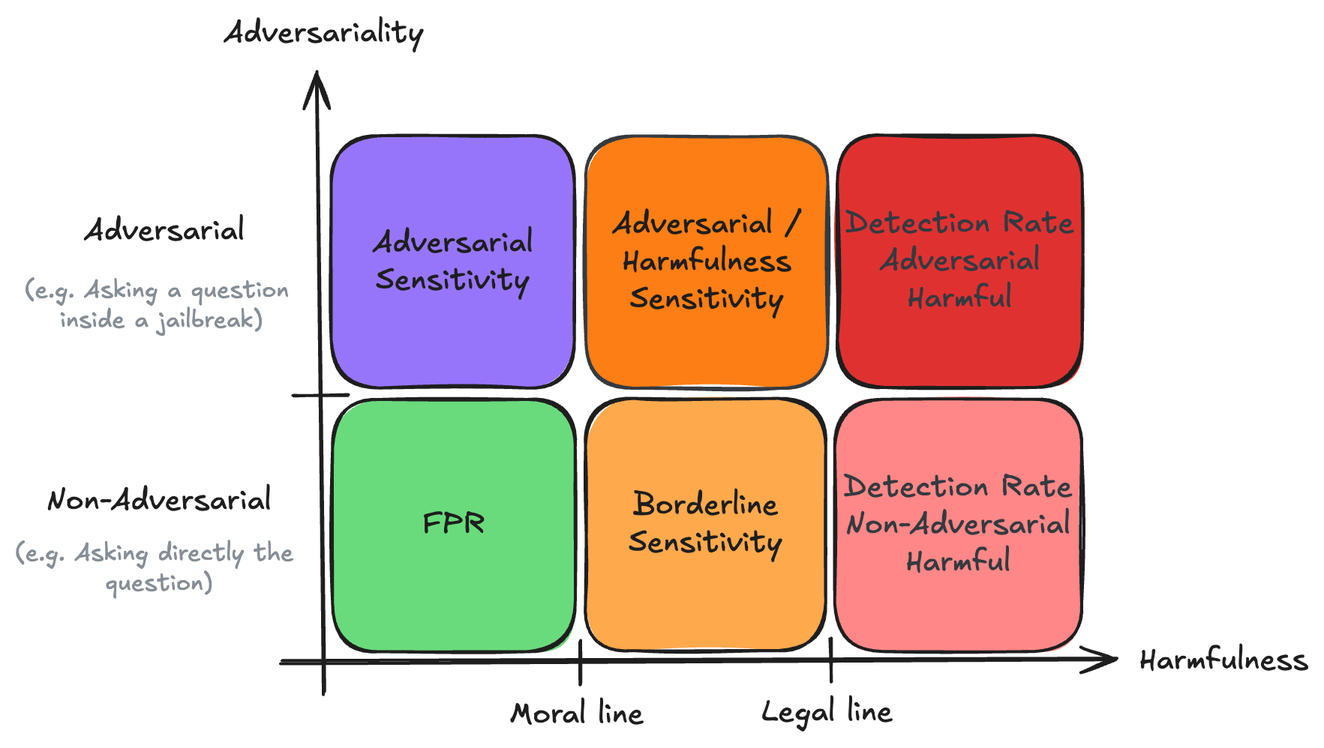
Earlier version of the Excalidraw export images/metrics_matrix_new.png (CentreSecuriteIA/bells_leaderboard). Source tidied: one line per element, renumbered; positions are measured from the earlier drawing's top-left corner, leaving out a move shared by most shapes. Its diagram source:
```json
{"id": 0, "type": "arrow", "strokeColor": "#1e1e1e", "strokeWidth": 2, "roughness": 1, "endArrowhead": "arrow", "round": true, "to": 15, "x": 177, "y": 432, "width": 557, "height": 2, "points": [[0, 0], [557, -2]]}
{"id": 1, "type": "arrow", "strokeColor": "#1e1e1e", "strokeWidth": 2, "roughness": 1, "endArrowhead": "arrow", "round": true, "x": 205, "y": 452, "width": 5, "height": 414, "points": [[0, 0], [-5, -414]]}
{"id": 2, "type": "line", "strokeColor": "#1e1e1e", "strokeWidth": 2, "roughness": 1, "round": true, "x": 185, "y": 254, "width": 37, "height": 1, "points": [[0, 0], [37, -1]]}
{"id": 3, "type": "line", "strokeColor": "#1e1e1e", "strokeWidth": 2, "roughness": 1, "round": true, "x": 377, "y": 418, "width": 0, "height": 29, "points": [[0, 0], [0, 29]]}
{"id": 4, "type": "line", "strokeColor": "#1e1e1e", "strokeWidth": 2, "roughness": 1, "round": true, "x": 544, "y": 416, "width": 0, "height": 29, "points": [[0, 0], [0, 29]]}
{"id": 5, "type": "text", "text": "Adversariality", "strokeColor": "#1e1e1e", "strokeWidth": 2, "roughness": 1, "fontSize": 20, "fontFamily": 5, "x": 139, "y": 0, "width": 134, "height": 25}
{"id": 6, "type": "text", "text": "Harmfulness", "strokeColor": "#1e1e1e", "strokeWidth": 2, "roughness": 1, "fontSize": 20, "fontFamily": 5, "x": 749, "y": 418, "width": 113, "height": 25}
{"id": 7, "type": "text", "text": "Non-Adversarial", "strokeColor": "#1e1e1e", "strokeWidth": 2, "roughness": 1, "fontSize": 20, "fontFamily": 5, "x": 21, "y": 312, "width": 150, "height": 25}
{"id": 8, "type": "text", "text": "Adversarial", "strokeColor": "#1e1e1e", "strokeWidth": 2, "roughness": 1, "fontSize": 20, "fontFamily": 5, "x": 46, "y": 132, "width": 107, "height": 25}
{"id": 9, "type": "text", "text": "Moral line", "strokeColor": "#1e1e1e", "strokeWidth": 2, "roughness": 1, "fontSize": 20, "fontFamily": 5, "x": 330, "y": 454, "width": 89, "height": 25}
{"id": 10, "type": "text", "text": "Legal line", "strokeColor": "#1e1e1e", "strokeWidth": 2, "roughness": 1, "fontSize": 20, "fontFamily": 5, "x": 498, "y": 453, "width": 87, "height": 25}
{"id": 11, "type": "rectangle", "strokeColor": "#1e1e1e", "backgroundColor": "#69db7c", "fillStyle": "solid", "strokeWidth": 2, "roughness": 1, "round": true, "x": 212, "y": 256, "width": 162, "height": 168}
{"id": 12, "type": "text", "text": "FPR", "strokeColor": "#1e1e1e", "strokeWidth": 2, "roughness": 1, "fontSize": 20, "fontFamily": 5, "textAlign": "center", "verticalAlign": "middle", "inside": 11, "x": 272, "y": 328, "width": 42, "height": 25}
{"id": 13, "type": "rectangle", "strokeColor": "#1e1e1e", "backgroundColor": "#ffa94d", "fillStyle": "solid", "strokeWidth": 2, "roughness": 1, "round": true, "x": 380, "y": 256, "width": 160, "height": 168}
{"id": 14, "type": "text", "text": "Borderline\nSensitivity", "strokeColor": "#1e1e1e", "strokeWidth": 2, "roughness": 1, "fontSize": 20, "fontFamily": 5, "textAlign": "center", "verticalAlign": "middle", "inside": 13, "x": 409, "y": 315, "width": 102, "height": 50}
{"id": 15, "type": "rectangle", "strokeColor": "#1e1e1e", "backgroundColor": "#ff8787", "fillStyle": "solid", "strokeWidth": 2, "roughness": 1, "round": true, "x": 546, "y": 256, "width": 165, "height": 168}
{"id": 16, "type": "text", "text": "Detection Rate\nNon-Adversarial\nHarmful", "strokeColor": "#343a40", "backgroundColor": "#e9ecef", "fillStyle": "solid", "strokeWidth": 2, "roughness": 1, "fontSize": 20, "fontFamily": 5, "textAlign": "center", "verticalAlign": "middle", "inside": 15, "x": 552, "y": 303, "width": 153, "height": 75}
{"id": 17, "type": "rectangle", "strokeColor": "#1e1e1e", "backgroundColor": "#9775fa", "fillStyle": "solid", "strokeWidth": 2, "roughness": 1, "round": true, "x": 211, "y": 81, "width": 162, "height": 168}
{"id": 18, "type": "text", "text": "Adversarial\nSensitivity", "strokeColor": "#1e1e1e", "strokeWidth": 2, "roughness": 1, "fontSize": 20, "fontFamily": 5, "textAlign": "center", "verticalAlign": "middle", "inside": 17, "x": 238, "y": 140, "width": 107, "height": 50}
{"id": 19, "type": "rectangle", "strokeColor": "#343a40", "backgroundColor": "#fd7e14", "fillStyle": "solid", "strokeWidth": 2, "roughness": 1, "round": true, "x": 381, "y": 81, "width": 161, "height": 168}
{"id": 20, "type": "text", "text": "Adversarial /\nHarmfulness\nSensitivity", "strokeColor": "#1e1e1e", "backgroundColor": "#fd7e14", "fillStyle": "solid", "strokeWidth": 2, "roughness": 1, "fontSize": 20, "fontFamily": 5, "textAlign": "center", "verticalAlign": "middle", "inside": 19, "x": 398, "y": 127, "width": 126, "height": 75}
{"id": 21, "type": "rectangle", "strokeColor": "#1e1e1e", "backgroundColor": "#e03131", "fillStyle": "solid", "strokeWidth": 2, "roughness": 1, "round": true, "x": 548, "y": 80, "width": 163, "height": 168}
{"id": 22, "type": "text", "text": "Detection Rate\nAdversarial\nHarmful", "strokeColor": "#343a40", "backgroundColor": "#e9ecef", "fillStyle": "solid", "strokeWidth": 2, "roughness": 1, "fontSize": 20, "fontFamily": 5, "textAlign": "center", "verticalAlign": "middle", "inside": 21, "x": 553, "y": 127, "width": 153, "height": 75}
{"id": 23, "type": "text", "text": "(e.g. Asking a question \ninside a jailbreak)", "strokeColor": "#868e96", "backgroundColor": "#ffd8a8", "fillStyle": "solid", "strokeWidth": 2, "roughness": 1, "fontSize": 16, "fontFamily": 5, "textAlign": "center", "x": 6, "y": 174, "width": 183, "height": 40}
{"id": 24, "type": "text", "text": "(e.g. Asking directly the \nquestion)", "strokeColor": "#868e96", "backgroundColor": "#ffd8a8", "fillStyle": "solid", "strokeWidth": 2, "roughness": 1, "fontSize": 16, "fontFamily": 5, "textAlign": "center", "x": 0, "y": 349, "width": 192, "height": 40}
```
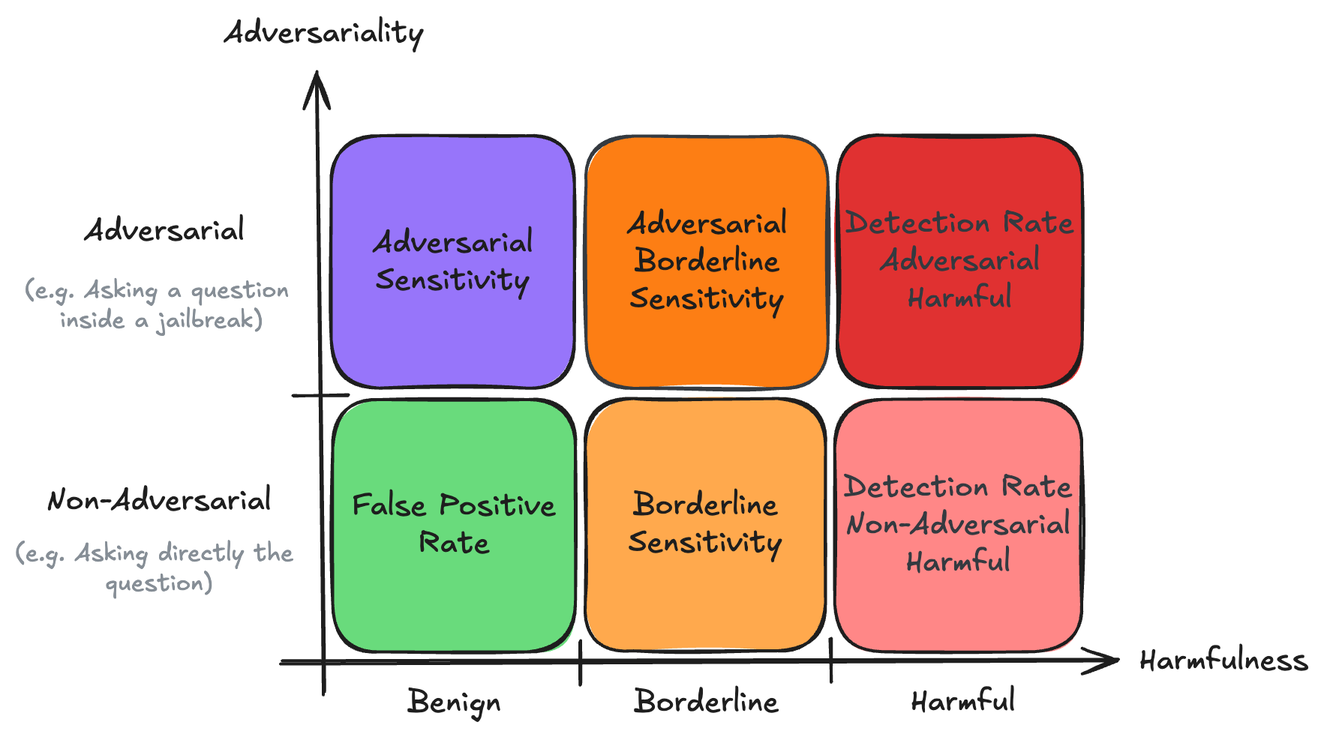
Later version of the same file.

What changed in the source:
```diff
@@ -1,4 +1,4 @@
-{"id": 0, "type": "arrow", "strokeColor": "#1e1e1e", "strokeWidth": 2, "roughness": 1, "endArrowhead": "arrow", "round": true, "to": 15, "x": 177, "y": 432, "width": 557, "height": 2, "points": [[0, 0], [557, -2]]}
+{"id": 0, "type": "arrow", "strokeColor": "#1e1e1e", "strokeWidth": 2, "roughness": 1, "endArrowhead": "arrow", "round": true, "to": 15, "x": 177, "y": 432, "width": 558, "height": 1, "points": [[0, 0], [558, -1]]}
 {"id": 1, "type": "arrow", "strokeColor": "#1e1e1e", "strokeWidth": 2, "roughness": 1, "endArrowhead": "arrow", "round": true, "x": 205, "y": 452, "width": 5, "height": 414, "points": [[0, 0], [-5, -414]]}
 {"id": 2, "type": "line", "strokeColor": "#1e1e1e", "strokeWidth": 2, "roughness": 1, "round": true, "x": 185, "y": 254, "width": 37, "height": 1, "points": [[0, 0], [37, -1]]}
 {"id": 3, "type": "line", "strokeColor": "#1e1e1e", "strokeWidth": 2, "roughness": 1, "round": true, "x": 377, "y": 418, "width": 0, "height": 29, "points": [[0, 0], [0, 29]]}
@@ -7,10 +7,8 @@
 {"id": 6, "type": "text", "text": "Harmfulness", "strokeColor": "#1e1e1e", "strokeWidth": 2, "roughness": 1, "fontSize": 20, "fontFamily": 5, "x": 749, "y": 418, "width": 113, "height": 25}
 {"id": 7, "type": "text", "text": "Non-Adversarial", "strokeColor": "#1e1e1e", "strokeWidth": 2, "roughness": 1, "fontSize": 20, "fontFamily": 5, "x": 21, "y": 312, "width": 150, "height": 25}
 {"id": 8, "type": "text", "text": "Adversarial", "strokeColor": "#1e1e1e", "strokeWidth": 2, "roughness": 1, "fontSize": 20, "fontFamily": 5, "x": 46, "y": 132, "width": 107, "height": 25}
-{"id": 9, "type": "text", "text": "Moral line", "strokeColor": "#1e1e1e", "strokeWidth": 2, "roughness": 1, "fontSize": 20, "fontFamily": 5, "x": 330, "y": 454, "width": 89, "height": 25}
-{"id": 10, "type": "text", "text": "Legal line", "strokeColor": "#1e1e1e", "strokeWidth": 2, "roughness": 1, "fontSize": 20, "fontFamily": 5, "x": 498, "y": 453, "width": 87, "height": 25}
 {"id": 11, "type": "rectangle", "strokeColor": "#1e1e1e", "backgroundColor": "#69db7c", "fillStyle": "solid", "strokeWidth": 2, "roughness": 1, "round": true, "x": 212, "y": 256, "width": 162, "height": 168}
-{"id": 12, "type": "text", "text": "FPR", "strokeColor": "#1e1e1e", "strokeWidth": 2, "roughness": 1, "fontSize": 20, "fontFamily": 5, "textAlign": "center", "verticalAlign": "middle", "inside": 11, "x": 272, "y": 328, "width": 42, "height": 25}
+{"id": 12, "type": "text", "text": "False Positive\nRate", "strokeColor": "#1e1e1e", "strokeWidth": 2, "roughness": 1, "fontSize": 20, "fontFamily": 5, "textAlign": "center", "verticalAlign": "middle", "inside": 11, "x": 225, "y": 316, "width": 136, "height": 50}
 {"id": 13, "type": "rectangle", "strokeColor": "#1e1e1e", "backgroundColor": "#ffa94d", "fillStyle": "solid", "strokeWidth": 2, "roughness": 1, "round": true, "x": 380, "y": 256, "width": 160, "height": 168}
 {"id": 14, "type": "text", "text": "Borderline\nSensitivity", "strokeColor": "#1e1e1e", "strokeWidth": 2, "roughness": 1, "fontSize": 20, "fontFamily": 5, "textAlign": "center", "verticalAlign": "middle", "inside": 13, "x": 409, "y": 315, "width": 102, "height": 50}
 {"id": 15, "type": "rectangle", "strokeColor": "#1e1e1e", "backgroundColor": "#ff8787", "fillStyle": "solid", "strokeWidth": 2, "roughness": 1, "round": true, "x": 546, "y": 256, "width": 165, "height": 168}
@@ -18,8 +16,11 @@
 {"id": 17, "type": "rectangle", "strokeColor": "#1e1e1e", "backgroundColor": "#9775fa", "fillStyle": "solid", "strokeWidth": 2, "roughness": 1, "round": true, "x": 211, "y": 81, "width": 162, "height": 168}
 {"id": 18, "type": "text", "text": "Adversarial\nSensitivity", "strokeColor": "#1e1e1e", "strokeWidth": 2, "roughness": 1, "fontSize": 20, "fontFamily": 5, "textAlign": "center", "verticalAlign": "middle", "inside": 17, "x": 238, "y": 140, "width": 107, "height": 50}
 {"id": 19, "type": "rectangle", "strokeColor": "#343a40", "backgroundColor": "#fd7e14", "fillStyle": "solid", "strokeWidth": 2, "roughness": 1, "round": true, "x": 381, "y": 81, "width": 161, "height": 168}
-{"id": 20, "type": "text", "text": "Adversarial /\nHarmfulness\nSensitivity", "strokeColor": "#1e1e1e", "backgroundColor": "#fd7e14", "fillStyle": "solid", "strokeWidth": 2, "roughness": 1, "fontSize": 20, "fontFamily": 5, "textAlign": "center", "verticalAlign": "middle", "inside": 19, "x": 398, "y": 127, "width": 126, "height": 75}
+{"id": 20, "type": "text", "text": "Adversarial\nBorderline\nSensitivity", "strokeColor": "#1e1e1e", "backgroundColor": "#fd7e14", "fillStyle": "solid", "strokeWidth": 2, "roughness": 1, "fontSize": 20, "fontFamily": 5, "textAlign": "center", "verticalAlign": "middle", "inside": 19, "x": 408, "y": 127, "width": 107, "height": 75}
 {"id": 21, "type": "rectangle", "strokeColor": "#1e1e1e", "backgroundColor": "#e03131", "fillStyle": "solid", "strokeWidth": 2, "roughness": 1, "round": true, "x": 548, "y": 80, "width": 163, "height": 168}
 {"id": 22, "type": "text", "text": "Detection Rate\nAdversarial\nHarmful", "strokeColor": "#343a40", "backgroundColor": "#e9ecef", "fillStyle": "solid", "strokeWidth": 2, "roughness": 1, "fontSize": 20, "fontFamily": 5, "textAlign": "center", "verticalAlign": "middle", "inside": 21, "x": 553, "y": 127, "width": 153, "height": 75}
 {"id": 23, "type": "text", "text": "(e.g. Asking a question \ninside a jailbreak)", "strokeColor": "#868e96", "backgroundColor": "#ffd8a8", "fillStyle": "solid", "strokeWidth": 2, "roughness": 1, "fontSize": 16, "fontFamily": 5, "textAlign": "center", "x": 6, "y": 174, "width": 183, "height": 40}
 {"id": 24, "type": "text", "text": "(e.g. Asking directly the \nquestion)", "strokeColor": "#868e96", "backgroundColor": "#ffd8a8", "fillStyle": "solid", "strokeWidth": 2, "roughness": 1, "fontSize": 16, "fontFamily": 5, "textAlign": "center", "x": 0, "y": 349, "width": 192, "height": 40}
+{"id": 25, "type": "text", "text": "Benign", "strokeColor": "#1e1e1e", "backgroundColor": "#fd7e14", "fillStyle": "solid", "strokeWidth": 2, "roughness": 1, "fontSize": 20, "fontFamily": 5, "textAlign": "center", "x": 261, "y": 446, "width": 63, "height": 25}
+{"id": 26, "type": "text", "text": "Borderline", "strokeColor": "#1e1e1e", "backgroundColor": "#fd7e14", "fillStyle": "solid", "strokeWidth": 2, "roughness": 1, "fontSize": 20, "fontFamily": 5, "textAlign": "center", "x": 412, "y": 447, "width": 97, "height": 25}
+{"id": 27, "type": "text", "text": "Harmful", "strokeColor": "#1e1e1e", "backgroundColor": "#fd7e14", "fillStyle": "solid", "strokeWidth": 2, "roughness": 1, "fontSize": 20, "fontFamily": 5, "textAlign": "center", "x": 597, "y": 446, "width": 70, "height": 25}
```
